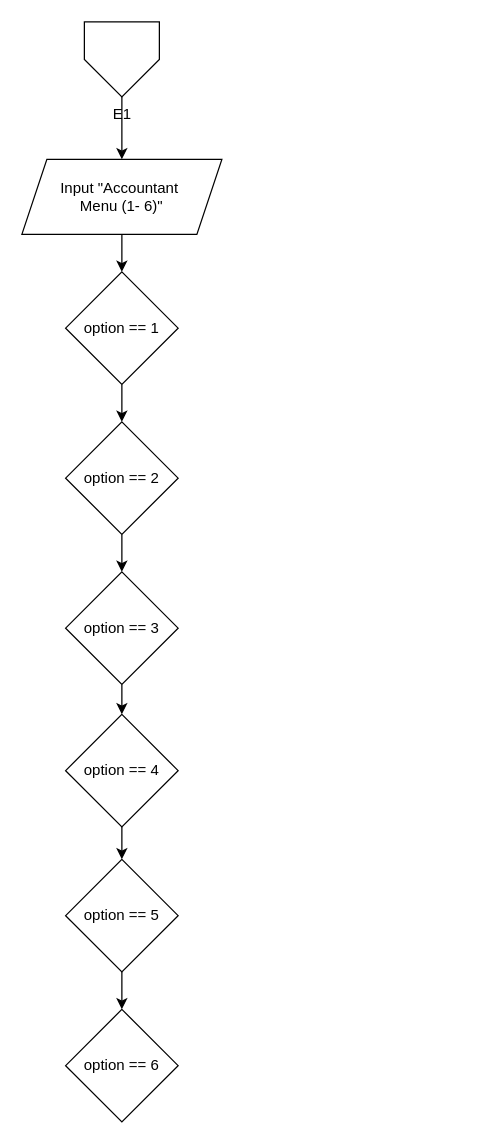
The draw.io diagram Flowchart/Accountant.drawio in richmonddeanlim/Group-Assignment---Python, before the edit. Source tidied: cells renumbered, new cells numbered last; positions are measured from the earlier drawing's top-left corner, leaving out a move shared by most shapes. Both pictures are drawn from the tidied source at 125%, with x=0, y=0 at pixel (21, 21).
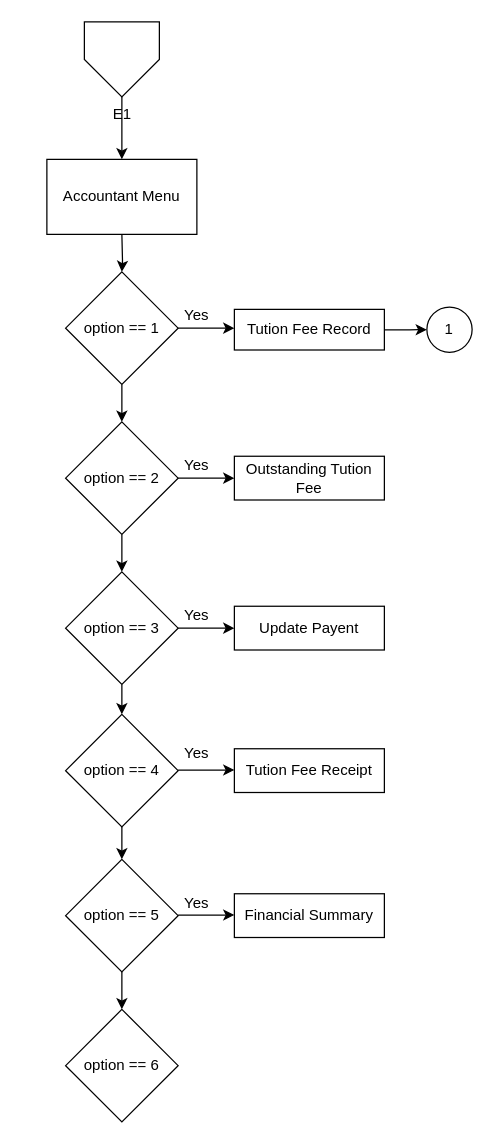
The same diagram, later.

The change refers to these unchanged cells:
```xml
<mxCell id="3" value="E1" style="verticalLabelPosition=bottom;verticalAlign=top;html=1;shape=offPageConnector;rounded=0;size=0.5;" parent="1" vertex="1">
  <mxGeometry x="50" width="60" height="60" as="geometry" />
</mxCell>
<mxCell id="7" value="option == 1" style="rhombus;whiteSpace=wrap;html=1;" parent="1" vertex="1">
  <mxGeometry x="35" y="200" width="90" height="90" as="geometry" />
</mxCell>
<mxCell id="9" value="option == 2" style="rhombus;whiteSpace=wrap;html=1;" parent="1" vertex="1">
  <mxGeometry x="35" y="320" width="90" height="90" as="geometry" />
</mxCell>
```

Change to the diagram source:
```diff
@@
-    <mxCell id="2" style="edgeStyle=orthogonalEdgeStyle;rounded=0;jettySize=auto;html=1;" parent="1" edge="1" source="3" target="5">
-      <mxGeometry relative="1" as="geometry" />
+    <mxCell id="2" style="edgeStyle=orthogonalEdgeStyle;rounded=0;jettySize=auto;html=1;" parent="1" edge="1" source="3">
+      <mxGeometry relative="1" as="geometry">
+        <mxPoint x="80" y="110" as="targetPoint" />
+      </mxGeometry>
     </mxCell>
@@
-    <mxCell id="4" style="edgeStyle=orthogonalEdgeStyle;rounded=0;jettySize=auto;html=1;" parent="1" edge="1" source="5" target="7">
-      <mxGeometry relative="1" as="geometry" />
+    <mxCell id="4" style="edgeStyle=orthogonalEdgeStyle;rounded=0;jettySize=auto;html=1;" parent="1" edge="1" target="7">
+      <mxGeometry relative="1" as="geometry">
+        <mxPoint x="80" y="170" as="sourcePoint" />
+      </mxGeometry>
     </mxCell>
-    <mxCell id="5" value="Input &quot;Accountant&amp;nbsp;&lt;div&gt;Menu (1- 6)&quot;&lt;/div&gt;" style="shape=parallelogram;perimeter=parallelogramPerimeter;whiteSpace=wrap;html=1;fixedSize=1;" parent="1" vertex="1">
-      <mxGeometry y="110" width="160" height="60" as="geometry" />
-    </mxCell>
@@
+    <mxCell id="17" value="Accountant Menu" style="rounded=0;whiteSpace=wrap;html=1;" parent="1" vertex="1">
+      <mxGeometry x="20" y="110" width="120" height="60" as="geometry" />
+    </mxCell>
+    <mxCell id="18" style="endArrow=classic;html=1;rounded=0;exitX=1;exitY=0.5;exitDx=0;exitDy=0;" parent="1" edge="1" source="7">
+      <mxGeometry relative="1" as="geometry">
+        <mxPoint x="170" y="245" as="targetPoint" />
+      </mxGeometry>
+    </mxCell>
+    <mxCell id="19" style="edgeStyle=orthogonalEdgeStyle;rounded=0;jettySize=auto;html=1;" parent="1" edge="1" source="20" target="34">
+      <mxGeometry relative="1" as="geometry" />
+    </mxCell>
+    <mxCell id="20" value="Tution Fee Record" style="rounded=0;whiteSpace=wrap;html=1;" parent="1" vertex="1">
+      <mxGeometry x="170" y="230" width="120" height="32.5" as="geometry" />
+    </mxCell>
+    <mxCell id="21" value="Yes" style="text;html=1;align=center;verticalAlign=middle;whiteSpace=wrap;rounded=0;" parent="1" vertex="1">
+      <mxGeometry x="110" y="220" width="60" height="30" as="geometry" />
+    </mxCell>
+    <mxCell id="22" style="endArrow=classic;html=1;rounded=0;exitX=1;exitY=0.5;exitDx=0;exitDy=0;" parent="1" edge="1" source="9">
+      <mxGeometry relative="1" as="geometry">
+        <mxPoint x="170" y="365" as="targetPoint" />
+      </mxGeometry>
+    </mxCell>
+    <mxCell id="23" value="Outstanding Tution Fee" style="rounded=0;whiteSpace=wrap;html=1;" parent="1" vertex="1">
+      <mxGeometry x="170" y="347.5" width="120" height="35" as="geometry" />
+    </mxCell>
+    <mxCell id="24" value="Yes" style="text;html=1;align=center;verticalAlign=middle;whiteSpace=wrap;rounded=0;" parent="1" vertex="1">
+      <mxGeometry x="110" y="340" width="60" height="30" as="geometry" />
+    </mxCell>
+    <mxCell id="25" style="endArrow=classic;html=1;rounded=0;exitX=1;exitY=0.5;exitDx=0;exitDy=0;" parent="1" edge="1">
+      <mxGeometry relative="1" as="geometry">
+        <mxPoint x="125" y="485" as="sourcePoint" />
+        <mxPoint x="170" y="485" as="targetPoint" />
+      </mxGeometry>
+    </mxCell>
+    <mxCell id="26" value="Update Payent" style="rounded=0;whiteSpace=wrap;html=1;" parent="1" vertex="1">
+      <mxGeometry x="170" y="467.5" width="120" height="35" as="geometry" />
+    </mxCell>
+    <mxCell id="27" value="Yes" style="text;html=1;align=center;verticalAlign=middle;whiteSpace=wrap;rounded=0;" parent="1" vertex="1">
+      <mxGeometry x="110" y="460" width="60" height="30" as="geometry" />
+    </mxCell>
+    <mxCell id="28" style="endArrow=classic;html=1;rounded=0;exitX=1;exitY=0.5;exitDx=0;exitDy=0;" parent="1" edge="1">
+      <mxGeometry relative="1" as="geometry">
+        <mxPoint x="125" y="598.5" as="sourcePoint" />
+        <mxPoint x="170" y="598.5" as="targetPoint" />
+      </mxGeometry>
+    </mxCell>
+    <mxCell id="29" value="Tution Fee Receipt" style="rounded=0;whiteSpace=wrap;html=1;" parent="1" vertex="1">
+      <mxGeometry x="170" y="581.5" width="120" height="35" as="geometry" />
+    </mxCell>
+    <mxCell id="30" value="Yes" style="text;html=1;align=center;verticalAlign=middle;whiteSpace=wrap;rounded=0;" parent="1" vertex="1">
+      <mxGeometry x="110" y="570" width="60" height="30" as="geometry" />
+    </mxCell>
+    <mxCell id="31" style="endArrow=classic;html=1;rounded=0;exitX=1;exitY=0.5;exitDx=0;exitDy=0;" parent="1" edge="1">
+      <mxGeometry relative="1" as="geometry">
+        <mxPoint x="125" y="714.5" as="sourcePoint" />
+        <mxPoint x="170" y="714.5" as="targetPoint" />
+      </mxGeometry>
+    </mxCell>
+    <mxCell id="32" value="Financial Summary" style="rounded=0;whiteSpace=wrap;html=1;" parent="1" vertex="1">
+      <mxGeometry x="170" y="697.5" width="120" height="35" as="geometry" />
+    </mxCell>
+    <mxCell id="33" value="Yes" style="text;html=1;align=center;verticalAlign=middle;whiteSpace=wrap;rounded=0;" parent="1" vertex="1">
+      <mxGeometry x="110" y="690" width="60" height="30" as="geometry" />
+    </mxCell>
+    <mxCell id="34" value="1" style="ellipse;whiteSpace=wrap;html=1;" parent="1" vertex="1">
+      <mxGeometry x="324" y="228.1" width="36.2" height="36.2" as="geometry" />
+    </mxCell>
```
